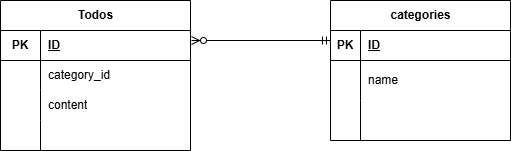
koko-chii/todo4 keeps this draw.io diagram as Todo.drawio.png. Above is the earlier version. Source tidied: cells renumbered, new cells last; positions are measured from the earlier drawing's top-left corner, leaving out a move shared by most shapes.
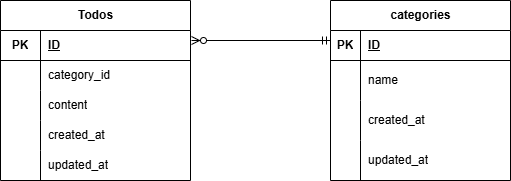
After the change.

Change to the diagram source:
```diff
@@ -3,7 +3,7 @@
     <mxCell id="0" />
     <mxCell id="1" parent="0" />
     <mxCell id="2" value="categories" style="shape=table;startSize=30;rowLines=0;fontStyle=1;align=center;html=1;" parent="1" vertex="1">
-      <mxGeometry x="330" width="180" height="140" as="geometry" />
+      <mxGeometry x="330" width="180" height="180" as="geometry" />
     </mxCell>
     <mxCell id="3" style="shape=tableRow;horizontal=0;startSize=0;swimlaneHead=0;swimlaneBody=0;fillColor=none;top=0;left=0;right=0;bottom=1;" parent="2" vertex="1">
       <mxGeometry y="30" width="180" height="30" as="geometry" />
@@ -14,26 +14,35 @@
     <mxCell id="5" value="ID" style="shape=partialRectangle;fillColor=none;top=0;left=0;bottom=0;right=0;align=left;spacingLeft=6;fontStyle=5;overflow=hidden;whiteSpace=wrap;html=1;" parent="3" vertex="1">
       <mxGeometry x="30" width="150" height="30" as="geometry" />
     </mxCell>
-    <mxCell id="6" style="shape=tableRow;horizontal=0;startSize=0;swimlaneHead=0;swimlaneBody=0;fillColor=none;top=0;left=0;right=0;bottom=0;" parent="2" vertex="1">
-      <mxGeometry y="60" width="180" height="40" as="geometry" />
-    </mxCell>
-    <mxCell id="7" style="shape=partialRectangle;fillColor=none;top=0;left=0;bottom=0;right=0;overflow=hidden;whiteSpace=wrap;html=1;" parent="6" vertex="1">
-      <mxGeometry width="30" height="40" as="geometry" />
-    </mxCell>
-    <mxCell id="8" value="name" style="shape=partialRectangle;fillColor=none;top=0;left=0;bottom=0;right=0;align=left;spacingLeft=6;overflow=hidden;whiteSpace=wrap;html=1;" parent="6" vertex="1">
-      <mxGeometry x="30" width="150" height="40" as="geometry" />
-    </mxCell>
     <mxCell id="9" style="shape=tableRow;horizontal=0;startSize=0;swimlaneHead=0;swimlaneBody=0;fillColor=none;top=0;left=0;right=0;bottom=0;" parent="2" vertex="1">
-      <mxGeometry y="100" width="180" height="40" as="geometry" />
+      <mxGeometry y="60" width="180" height="40" as="geometry" />
     </mxCell>
     <mxCell id="10" style="shape=partialRectangle;fillColor=none;top=0;left=0;bottom=0;right=0;overflow=hidden;whiteSpace=wrap;html=1;" parent="9" vertex="1">
       <mxGeometry width="30" height="40" as="geometry" />
     </mxCell>
-    <mxCell id="11" style="shape=partialRectangle;fillColor=none;top=0;left=0;bottom=0;right=0;align=left;spacingLeft=6;overflow=hidden;whiteSpace=wrap;html=1;" parent="9" vertex="1">
+    <mxCell id="11" value="name" style="shape=partialRectangle;fillColor=none;top=0;left=0;bottom=0;right=0;align=left;spacingLeft=6;overflow=hidden;whiteSpace=wrap;html=1;" parent="9" vertex="1">
       <mxGeometry x="30" width="150" height="40" as="geometry" />
     </mxCell>
+    <mxCell id="26" style="shape=tableRow;horizontal=0;startSize=0;swimlaneHead=0;swimlaneBody=0;fillColor=none;top=0;left=0;right=0;bottom=0;" parent="2" vertex="1">
+      <mxGeometry y="100" width="180" height="40" as="geometry" />
+    </mxCell>
+    <mxCell id="27" style="shape=partialRectangle;fillColor=none;top=0;left=0;bottom=0;right=0;overflow=hidden;whiteSpace=wrap;html=1;" parent="26" vertex="1">
+      <mxGeometry width="30" height="40" as="geometry" />
+    </mxCell>
+    <mxCell id="28" value="created_at" style="shape=partialRectangle;fillColor=none;top=0;left=0;bottom=0;right=0;align=left;spacingLeft=6;overflow=hidden;whiteSpace=wrap;html=1;" parent="26" vertex="1">
+      <mxGeometry x="30" width="150" height="40" as="geometry" />
+    </mxCell>
+    <mxCell id="29" style="shape=tableRow;horizontal=0;startSize=0;swimlaneHead=0;swimlaneBody=0;fillColor=none;top=0;left=0;right=0;bottom=0;" parent="2" vertex="1">
+      <mxGeometry y="140" width="180" height="40" as="geometry" />
+    </mxCell>
+    <mxCell id="30" style="shape=partialRectangle;fillColor=none;top=0;left=0;bottom=0;right=0;overflow=hidden;whiteSpace=wrap;html=1;" parent="29" vertex="1">
+      <mxGeometry width="30" height="40" as="geometry" />
+    </mxCell>
+    <mxCell id="31" value="updated_at" style="shape=partialRectangle;fillColor=none;top=0;left=0;bottom=0;right=0;align=left;spacingLeft=6;overflow=hidden;whiteSpace=wrap;html=1;" parent="29" vertex="1">
+      <mxGeometry x="30" width="150" height="40" as="geometry" />
+    </mxCell>
     <mxCell id="12" value="Todos" style="shape=table;startSize=30;rowLines=0;fontStyle=1;align=center;html=1;" parent="1" vertex="1">
-      <mxGeometry width="190" height="150" as="geometry" />
+      <mxGeometry width="190" height="180" as="geometry" />
     </mxCell>
     <mxCell id="13" style="shape=tableRow;horizontal=0;startSize=0;swimlaneHead=0;swimlaneBody=0;fillColor=none;top=0;left=0;right=0;bottom=1;" parent="12" vertex="1">
       <mxGeometry y="30" width="190" height="30" as="geometry" />
@@ -68,9 +77,18 @@
     <mxCell id="23" style="shape=partialRectangle;fillColor=none;top=0;left=0;bottom=0;right=0;overflow=hidden;whiteSpace=wrap;html=1;" parent="22" vertex="1">
       <mxGeometry width="40" height="30" as="geometry" />
     </mxCell>
-    <mxCell id="24" style="shape=partialRectangle;fillColor=none;top=0;left=0;bottom=0;right=0;align=left;spacingLeft=6;overflow=hidden;whiteSpace=wrap;html=1;" parent="22" vertex="1">
+    <mxCell id="24" value="created_at" style="shape=partialRectangle;fillColor=none;top=0;left=0;bottom=0;right=0;align=left;spacingLeft=6;overflow=hidden;whiteSpace=wrap;html=1;" parent="22" vertex="1">
       <mxGeometry x="40" width="150" height="30" as="geometry" />
     </mxCell>
+    <mxCell id="32" style="shape=tableRow;horizontal=0;startSize=0;swimlaneHead=0;swimlaneBody=0;fillColor=none;top=0;left=0;right=0;bottom=0;" parent="12" vertex="1">
+      <mxGeometry y="150" width="190" height="30" as="geometry" />
+    </mxCell>
+    <mxCell id="33" style="shape=partialRectangle;fillColor=none;top=0;left=0;bottom=0;right=0;overflow=hidden;whiteSpace=wrap;html=1;" parent="32" vertex="1">
+      <mxGeometry width="40" height="30" as="geometry" />
+    </mxCell>
+    <mxCell id="34" value="updated_at" style="shape=partialRectangle;fillColor=none;top=0;left=0;bottom=0;right=0;align=left;spacingLeft=6;overflow=hidden;whiteSpace=wrap;html=1;" parent="32" vertex="1">
+      <mxGeometry x="40" width="150" height="30" as="geometry" />
+    </mxCell>
     <mxCell id="25" style="fontSize=12;html=1;endArrow=ERzeroToMany;startArrow=ERmandOne;rounded=1;" parent="1" edge="1">
       <mxGeometry relative="1" as="geometry">
         <mxPoint x="330" y="40" as="sourcePoint" />
```
